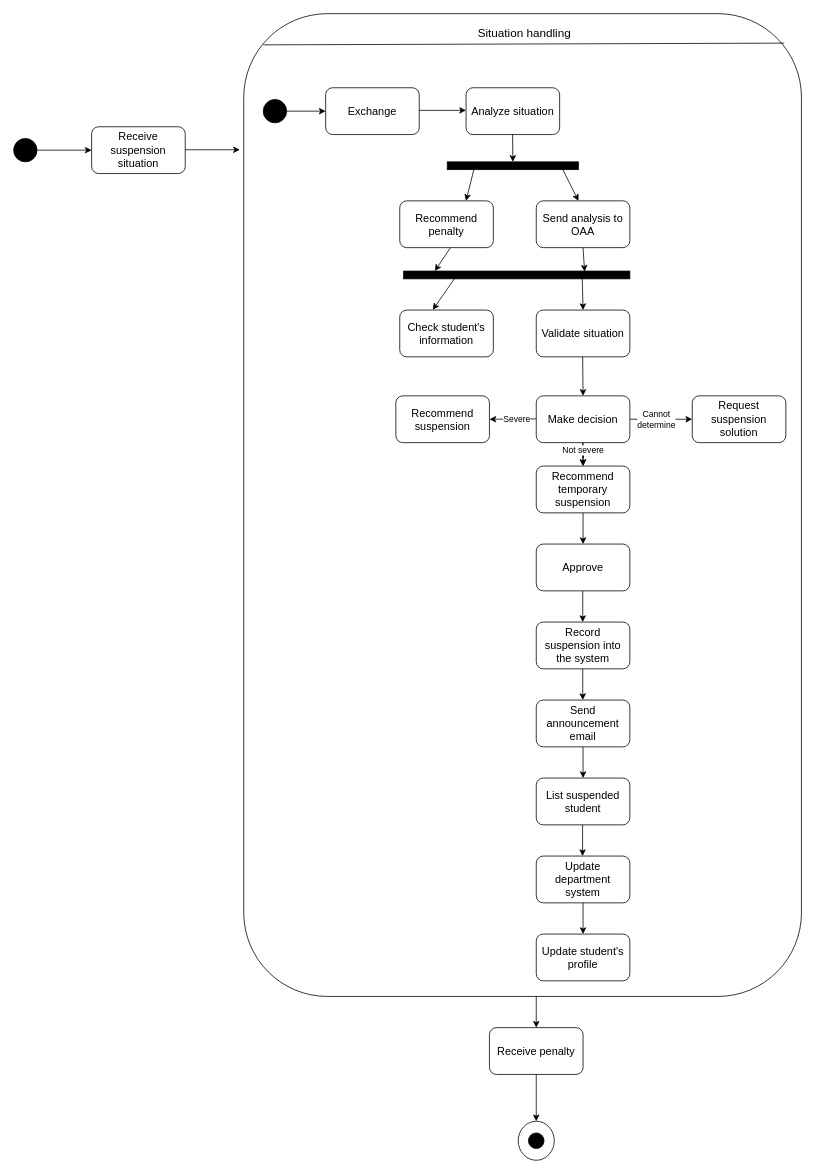
The draw.io diagram Lab 5/Topic 2_ Student Suspension.drawio in JavaKhangNguyen/LabOOAD, before the edit. Source tidied: cells renumbered, new cells numbered last; positions are measured from the earlier drawing's top-left corner, leaving out a move shared by most shapes. Both pictures are drawn from the tidied source at 78%, with x=0, y=0 at pixel (13, 13).
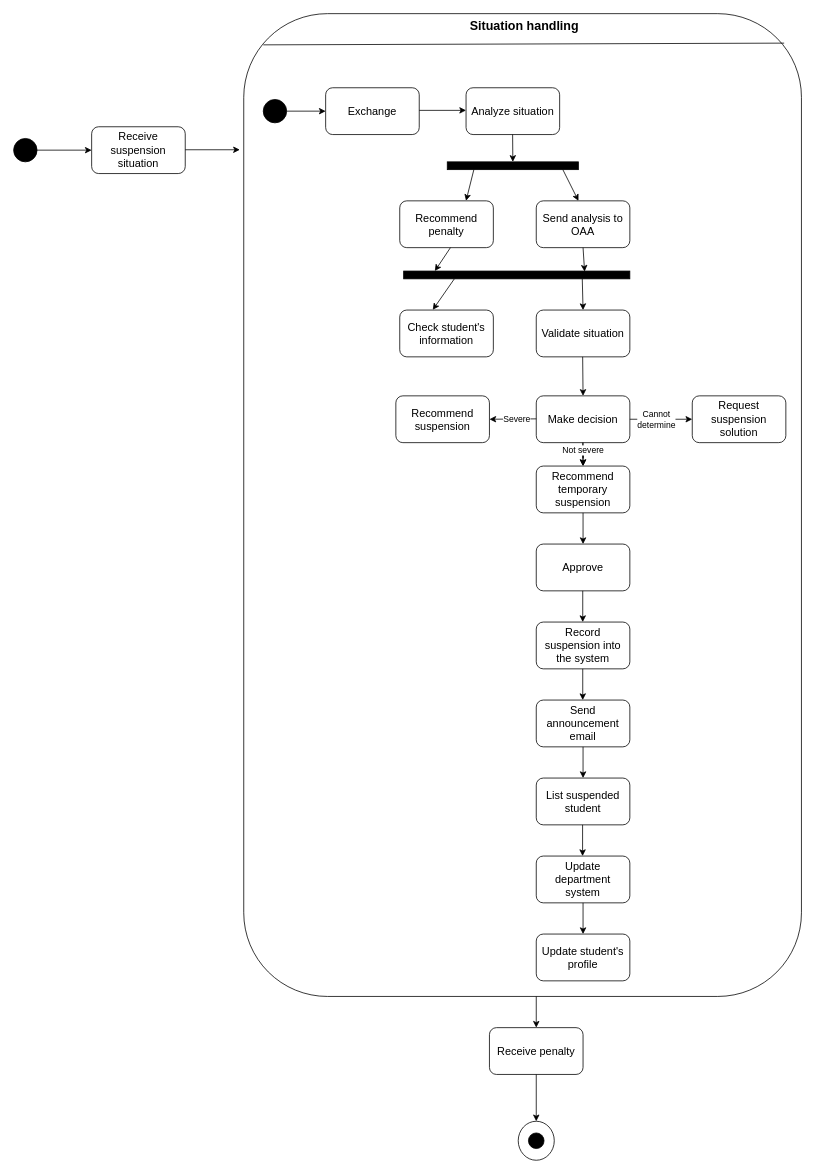
Above is the later version.

The edit, as a diff of the source:
```diff
@@
-    <mxCell id="8" value="&lt;font style=&quot;font-size: 15px&quot;&gt;Situation handling&lt;/font&gt;" style="text;html=1;strokeColor=none;fillColor=none;align=center;verticalAlign=middle;whiteSpace=wrap;rounded=0;" parent="1" vertex="1">
-      <mxGeometry x="580" y="10" width="150" height="30" as="geometry" />
+    <mxCell id="8" value="&lt;font size=&quot;1&quot;&gt;&lt;b style=&quot;font-size: 16px&quot;&gt;Situation handling&lt;/b&gt;&lt;/font&gt;" style="text;html=1;strokeColor=none;fillColor=none;align=center;verticalAlign=middle;whiteSpace=wrap;rounded=0;" parent="1" vertex="1">
+      <mxGeometry x="580" width="150" height="30" as="geometry" />
     </mxCell>
```
